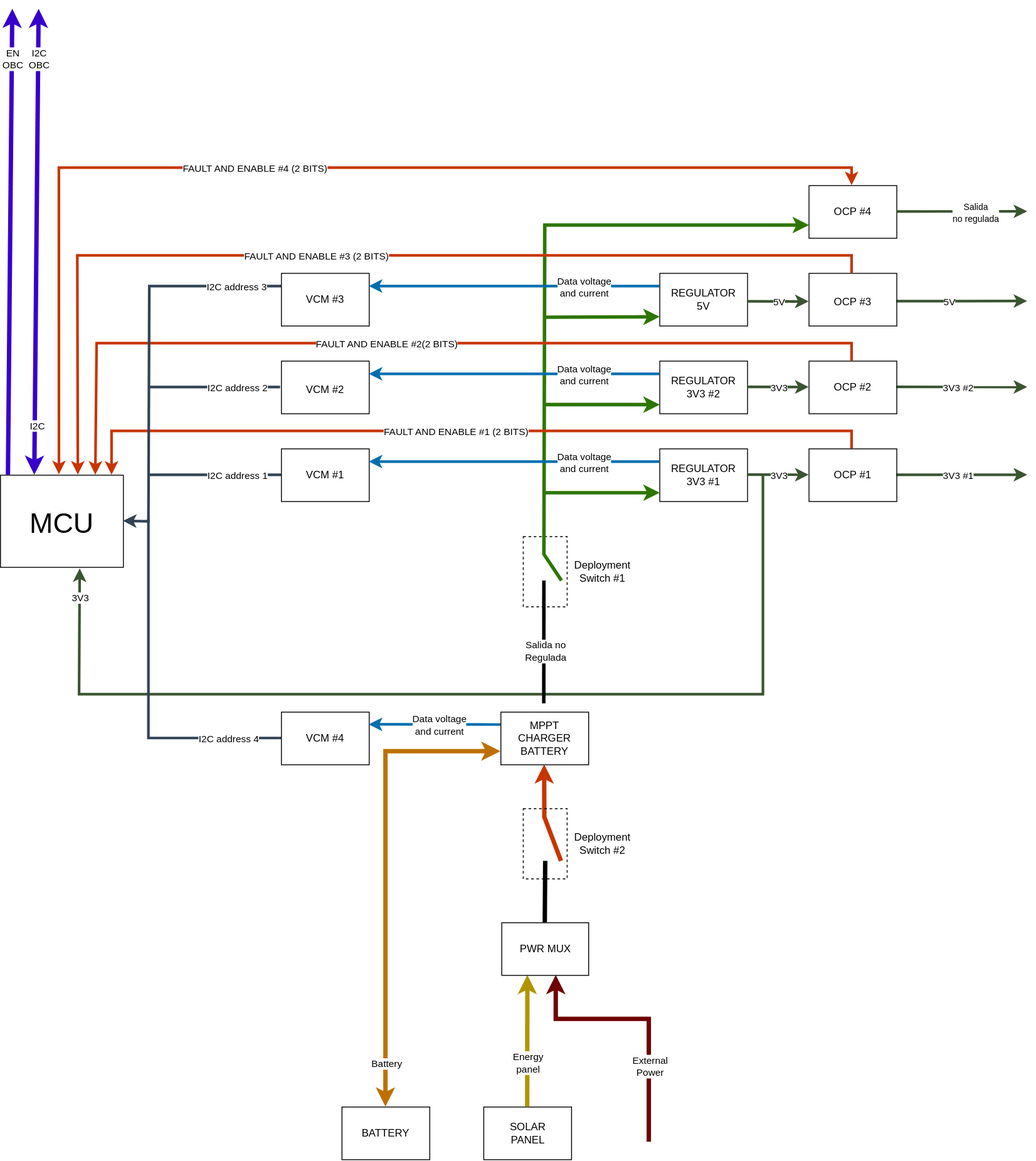
Above: diagrama.svg in TobiasDecoud/Electrical-Power-System (draw.io), before the change. Source tidied: cells renumbered, new cells last; positions are measured from the earlier drawing's top-left corner, leaving out a move shared by most shapes.
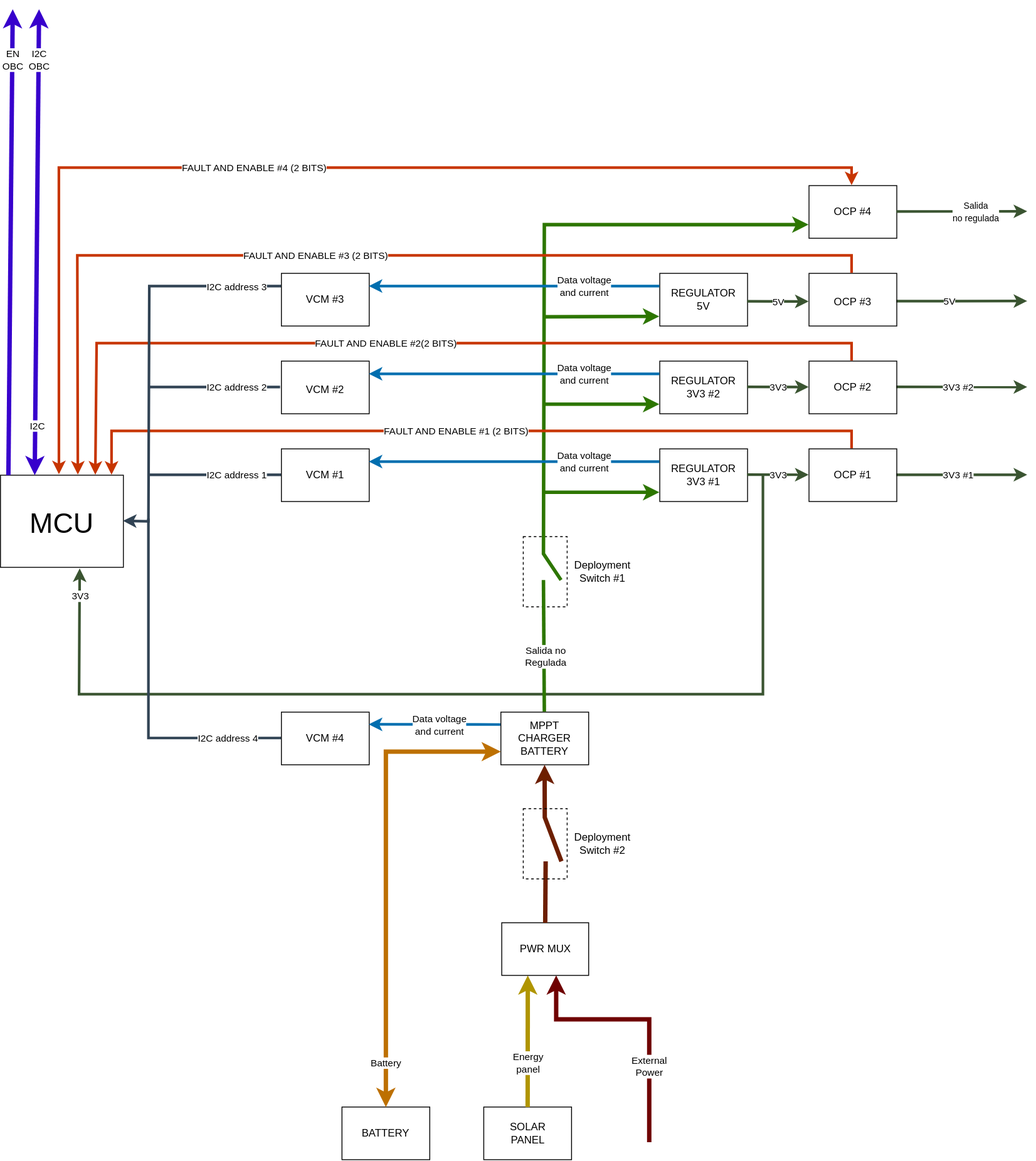
Later version of the same file.

Change to the diagram source:
```diff
@@ -362,7 +362,7 @@
         <mxPoint x="-4" y="-5" as="offset" />
       </mxGeometry>
     </mxCell>
-    <mxCell id="81" style="endArrow=classic;html=1;rounded=0;strokeWidth=5;fillColor=#fa6800;strokeColor=#C73500;" parent="1" edge="1">
+    <mxCell id="81" style="endArrow=classic;html=1;rounded=0;strokeWidth=5;fillColor=#a0522d;strokeColor=#6D1F00;" parent="1" edge="1">
       <mxGeometry relative="1" as="geometry">
         <mxPoint x="639" y="971" as="sourcePoint" />
         <mxPoint x="619.8" y="861" as="targetPoint" />
@@ -412,9 +412,9 @@
     <mxCell id="90" value="I2C address 4" style="edgeLabel;html=1;align=center;verticalAlign=middle;" parent="1" vertex="1">
       <mxGeometry x="259" y="831" as="geometry" />
     </mxCell>
-    <mxCell id="91" style="endArrow=none;html=1;rounded=0;exitX=0.5;exitY=0;exitDx=0;exitDy=0;strokeWidth=4;strokeColor=light-dark(#000000,#73B14C);" parent="1" edge="1">
+    <mxCell id="91" style="endArrow=none;html=1;rounded=0;strokeWidth=4;strokeColor=#2D7600;fillColor=#60a917;" parent="1" edge="1">
       <mxGeometry relative="1" as="geometry">
-        <mxPoint x="618.9" y="791" as="sourcePoint" />
+        <mxPoint x="620" y="801" as="sourcePoint" />
         <mxPoint x="619" y="651" as="targetPoint" />
       </mxGeometry>
     </mxCell>
@@ -426,7 +426,7 @@
     <mxCell id="93" value="Deployment Switch #1" style="text;html=1;whiteSpace=wrap;strokeColor=none;fillColor=none;align=center;verticalAlign=middle;rounded=0;" parent="1" vertex="1">
       <mxGeometry x="645.5" y="626" width="80" height="30" as="geometry" />
     </mxCell>
-    <mxCell id="94" style="endArrow=none;html=1;rounded=0;entryX=0.5;entryY=0;entryDx=0;entryDy=0;strokeWidth=5;strokeColor=light-dark(#000000,#FF9164);" parent="1" edge="1" target="82">
+    <mxCell id="94" style="endArrow=none;html=1;rounded=0;entryX=0.5;entryY=0;entryDx=0;entryDy=0;strokeWidth=5;strokeColor=#6D1F00;fillColor=#a0522d;" parent="1" edge="1" target="82">
       <mxGeometry relative="1" as="geometry">
         <mxPoint x="621" y="971" as="sourcePoint" />
       </mxGeometry>
```
